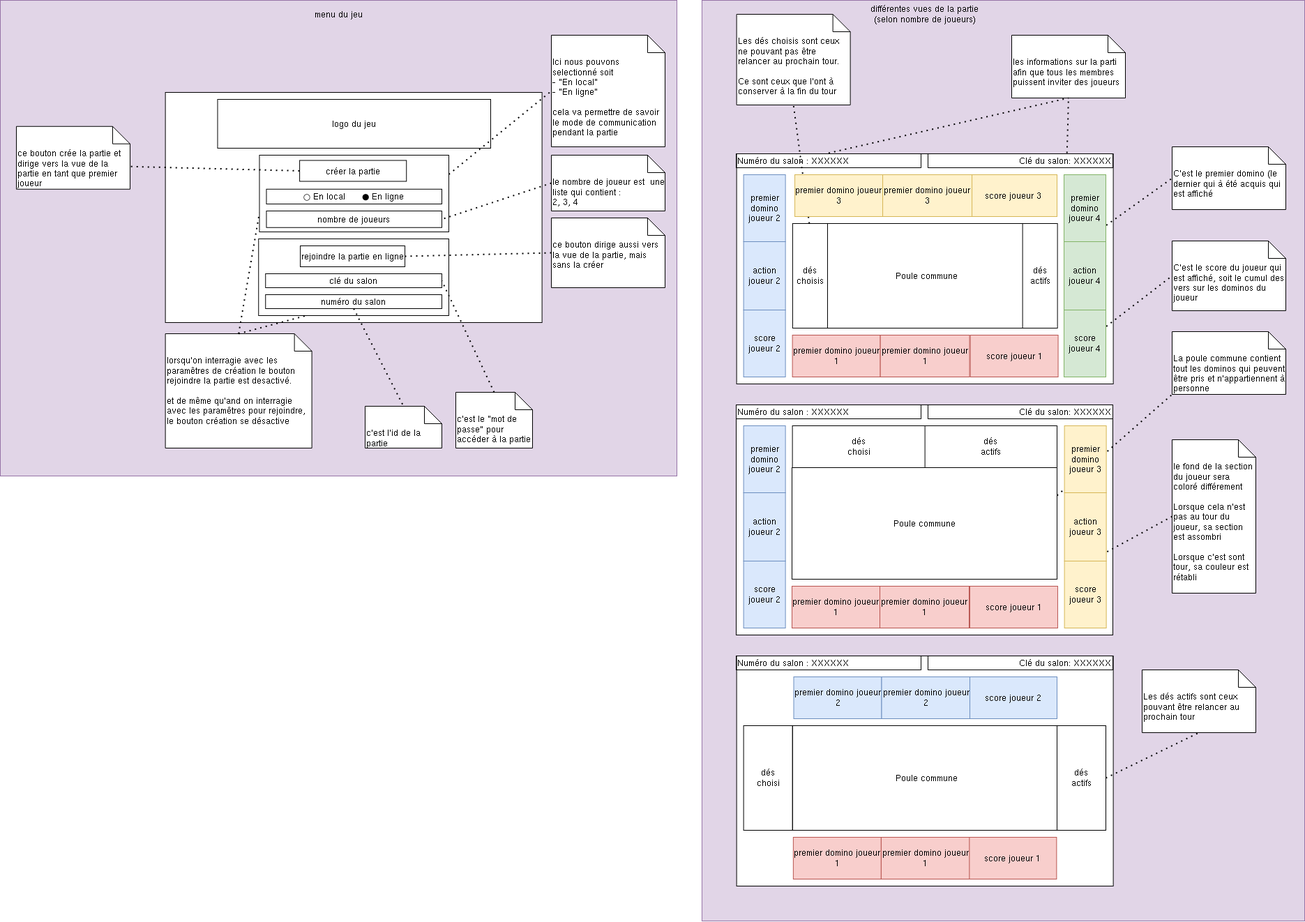
Above: ressources/Drawio/prototype_maquette_vue.png in Davosthecool/Pickomino (draw.io), before the change. Source tidied: cells renumbered, new cells last; positions are measured from the earlier drawing's top-left corner, leaving out a move shared by most shapes.
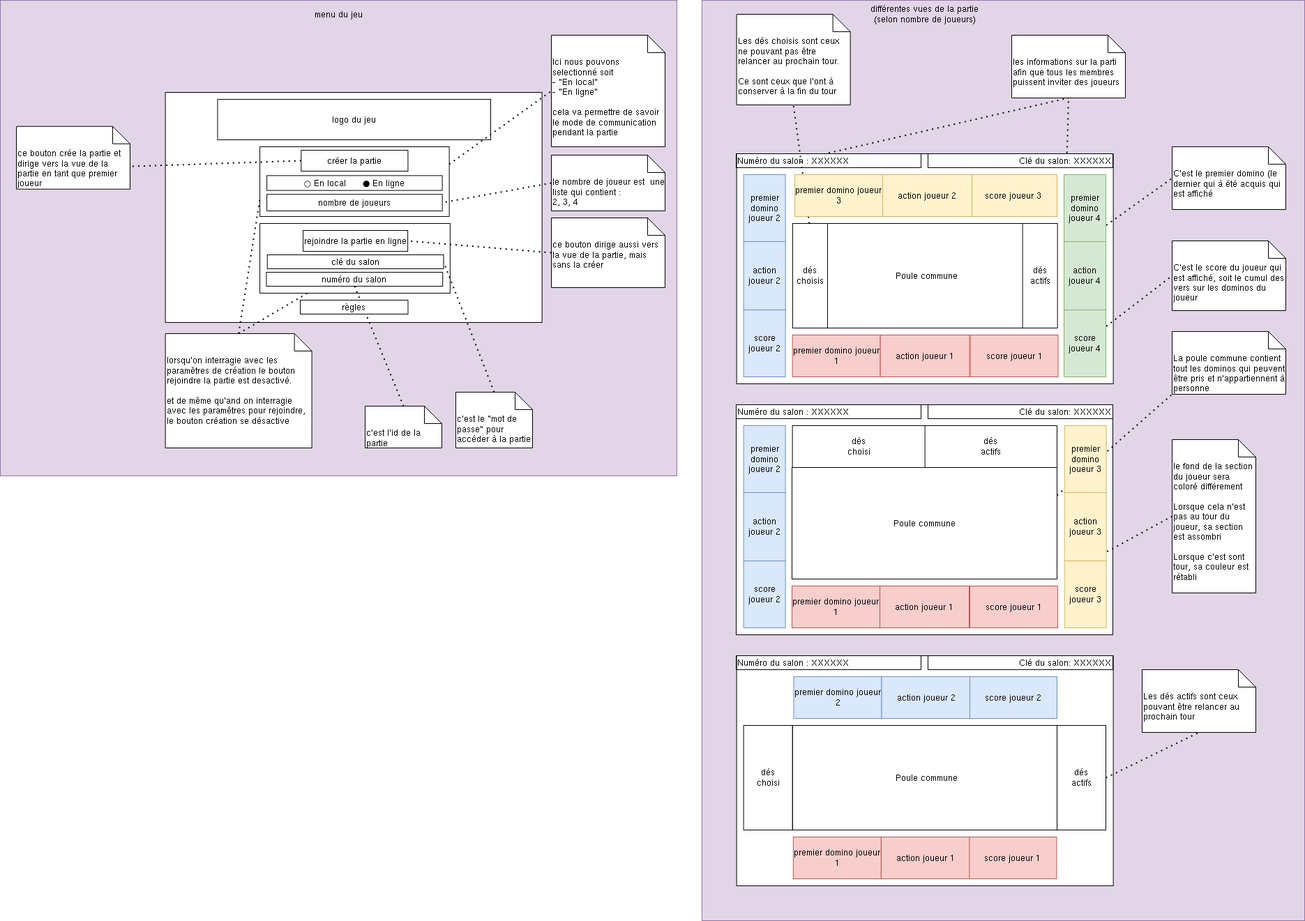
Above is the later version.

Commit message:
maj res

Change to the diagram source:
```diff
@@ -30,7 +30,7 @@
       <mxGeometry x="1135.9" y="1040" width="384.1" height="150" as="geometry" />
     </mxCell>
     <mxCell id="11" value="logo du jeu" style="rounded=0;whiteSpace=wrap;html=1;" parent="1" vertex="1">
-      <mxGeometry x="311.5" y="142" width="391.5" height="70" as="geometry" />
+      <mxGeometry x="311.5" y="142" width="391.5" height="58" as="geometry" />
     </mxCell>
     <mxCell id="12" value="différentes vues de la partie&lt;br&gt;(selon nombre de joueurs)" style="text;html=1;strokeColor=none;fillColor=none;align=center;verticalAlign=middle;whiteSpace=wrap;rounded=0;" parent="1" vertex="1">
       <mxGeometry x="1125.6" width="400" height="40" as="geometry" />
@@ -161,33 +161,33 @@
       <mxGeometry relative="1" as="geometry" />
     </mxCell>
     <mxCell id="52" style="rounded=0;whiteSpace=wrap;html=1;hachureGap=4;fontFamily=Architects Daughter;fontSource=https%3A%2F%2Ffonts.googleapis.com%2Fcss%3Ffamily%3DArchitects%2BDaughter;fontSize=20;" parent="1" vertex="1">
-      <mxGeometry x="371.5" y="222" width="271.5" height="110" as="geometry" />
+      <mxGeometry x="372.1" y="210" width="271.5" height="100" as="geometry" />
     </mxCell>
     <mxCell id="53" value="créer la partie" style="rounded=0;whiteSpace=wrap;html=1;" parent="1" vertex="1">
-      <mxGeometry x="429.1" y="229.5" width="153.1" height="30" as="geometry" />
+      <mxGeometry x="431.3" y="215" width="153.1" height="30" as="geometry" />
     </mxCell>
     <mxCell id="54" value="○ En local&amp;nbsp;&amp;nbsp;&amp;nbsp;&amp;nbsp;&amp;nbsp; ● En ligne" style="rounded=0;whiteSpace=wrap;html=1;" parent="1" vertex="1">
-      <mxGeometry x="381.5" y="270.8" width="251.5" height="21.2" as="geometry" />
+      <mxGeometry x="382.1" y="251.4" width="251.5" height="21.2" as="geometry" />
     </mxCell>
     <mxCell id="55" value="nombre de joueurs" style="rounded=0;whiteSpace=wrap;html=1;" parent="1" vertex="1">
-      <mxGeometry x="381.5" y="302" width="251.5" height="23.8" as="geometry" />
+      <mxGeometry x="382.1" y="278.2" width="251.5" height="23.8" as="geometry" />
     </mxCell>
     <mxCell id="56" style="rounded=0;whiteSpace=wrap;html=1;hachureGap=4;fontFamily=Architects Daughter;fontSource=https%3A%2F%2Ffonts.googleapis.com%2Fcss%3Ffamily%3DArchitects%2BDaughter;fontSize=20;" parent="1" vertex="1">
-      <mxGeometry x="370.2" y="342" width="272.8" height="110" as="geometry" />
+      <mxGeometry x="372.1" y="320" width="272.8" height="100" as="geometry" />
     </mxCell>
     <mxCell id="57" value="rejoindre la partie en ligne" style="rounded=0;whiteSpace=wrap;html=1;" parent="1" vertex="1">
-      <mxGeometry x="430.1" y="352" width="150" height="30" as="geometry" />
+      <mxGeometry x="434.1" y="330" width="150" height="30" as="geometry" />
     </mxCell>
     <mxCell id="58" value="numéro du salon" style="rounded=0;whiteSpace=wrap;html=1;" parent="1" vertex="1">
-      <mxGeometry x="380.2" y="422" width="252.8" height="20" as="geometry" />
+      <mxGeometry x="381.5" y="390" width="252.8" height="20" as="geometry" />
     </mxCell>
     <mxCell id="59" value="clé du salon" style="rounded=0;whiteSpace=wrap;html=1;" parent="1" vertex="1">
-      <mxGeometry x="380.2" y="392" width="252.8" height="20" as="geometry" />
+      <mxGeometry x="382.7" y="365" width="252.8" height="20" as="geometry" />
     </mxCell>
     <mxCell id="60" value="action joueur 2" style="rounded=0;whiteSpace=wrap;html=1;fillColor=#dae8fc;strokeColor=#6c8ebf;" parent="1" vertex="1">
       <mxGeometry x="1065.6" y="706" width="60" height="98" as="geometry" />
     </mxCell>
-    <mxCell id="61" value="premier domino joueur 1" style="rounded=0;whiteSpace=wrap;html=1;fillColor=#f8cecc;strokeColor=#b85450;" parent="1" vertex="1">
+    <mxCell id="61" value="action joueur 1" style="rounded=0;whiteSpace=wrap;html=1;fillColor=#f8cecc;strokeColor=#b85450;" parent="1" vertex="1">
       <mxGeometry x="1261" y="840" width="128" height="60" as="geometry" />
     </mxCell>
     <mxCell id="62" value="score joueur 2" style="rounded=0;whiteSpace=wrap;html=1;fillColor=#dae8fc;strokeColor=#6c8ebf;" parent="1" vertex="1">
@@ -196,7 +196,7 @@
     <mxCell id="63" value="premier domino joueur 2" style="rounded=0;whiteSpace=wrap;html=1;fillColor=#dae8fc;strokeColor=#6c8ebf;" parent="1" vertex="1">
       <mxGeometry x="1137.5" y="970" width="126" height="60" as="geometry" />
     </mxCell>
-    <mxCell id="64" value="premier domino joueur 2" style="rounded=0;whiteSpace=wrap;html=1;fillColor=#dae8fc;strokeColor=#6c8ebf;" parent="1" vertex="1">
+    <mxCell id="64" value="action joueur 2" style="rounded=0;whiteSpace=wrap;html=1;fillColor=#dae8fc;strokeColor=#6c8ebf;" parent="1" vertex="1">
       <mxGeometry x="1263.5" y="970" width="126.5" height="60" as="geometry" />
     </mxCell>
     <mxCell id="65" value="score joueur 1" style="rounded=0;whiteSpace=wrap;html=1;fillColor=#f8cecc;strokeColor=#b85450;" parent="1" vertex="1">
@@ -205,7 +205,7 @@
     <mxCell id="66" value="premier domino joueur 1" style="rounded=0;whiteSpace=wrap;html=1;fillColor=#f8cecc;strokeColor=#b85450;" parent="1" vertex="1">
       <mxGeometry x="1136.9" y="1200" width="126" height="60" as="geometry" />
     </mxCell>
-    <mxCell id="67" value="premier domino joueur 1" style="rounded=0;whiteSpace=wrap;html=1;fillColor=#f8cecc;strokeColor=#b85450;" parent="1" vertex="1">
+    <mxCell id="67" value="action joueur 1" style="rounded=0;whiteSpace=wrap;html=1;fillColor=#f8cecc;strokeColor=#b85450;" parent="1" vertex="1">
       <mxGeometry x="1262.9" y="1200" width="126.5" height="60" as="geometry" />
     </mxCell>
     <mxCell id="68" value="score joueur 1" style="rounded=0;whiteSpace=wrap;html=1;fillColor=#f8cecc;strokeColor=#b85450;" parent="1" vertex="1">
@@ -214,7 +214,7 @@
     <mxCell id="69" value="premier domino joueur 1" style="rounded=0;whiteSpace=wrap;html=1;fillColor=#f8cecc;strokeColor=#b85450;" parent="1" vertex="1">
       <mxGeometry x="1135.6" y="480" width="126" height="60" as="geometry" />
     </mxCell>
-    <mxCell id="70" value="premier domino joueur 1" style="rounded=0;whiteSpace=wrap;html=1;fillColor=#f8cecc;strokeColor=#b85450;" parent="1" vertex="1">
+    <mxCell id="70" value="action joueur 1" style="rounded=0;whiteSpace=wrap;html=1;fillColor=#f8cecc;strokeColor=#b85450;" parent="1" vertex="1">
       <mxGeometry x="1261.6" y="480" width="128" height="60" as="geometry" />
     </mxCell>
     <mxCell id="71" value="score joueur 3" style="rounded=0;whiteSpace=wrap;html=1;fillColor=#fff2cc;strokeColor=#d6b656;" parent="1" vertex="1">
@@ -223,7 +223,7 @@
     <mxCell id="72" value="premier domino joueur 3" style="rounded=0;whiteSpace=wrap;html=1;fillColor=#fff2cc;strokeColor=#d6b656;" parent="1" vertex="1">
       <mxGeometry x="1139.1" y="250" width="126" height="60" as="geometry" />
     </mxCell>
-    <mxCell id="73" value="premier domino joueur 3" style="rounded=0;whiteSpace=wrap;html=1;fillColor=#fff2cc;strokeColor=#d6b656;" parent="1" vertex="1">
+    <mxCell id="73" value="action joueur 2" style="rounded=0;whiteSpace=wrap;html=1;fillColor=#fff2cc;strokeColor=#d6b656;" parent="1" vertex="1">
       <mxGeometry x="1265.1" y="250" width="128" height="60" as="geometry" />
     </mxCell>
     <mxCell id="74" value="premier domino joueur 3" style="rounded=0;whiteSpace=wrap;html=1;fillColor=#fff2cc;strokeColor=#d6b656;" parent="1" vertex="1">
@@ -277,5 +277,8 @@
     <mxCell id="90" style="endArrow=none;dashed=1;html=1;dashPattern=1 3;strokeWidth=2;rounded=0;hachureGap=4;fontFamily=Architects Daughter;fontSource=https%3A%2F%2Ffonts.googleapis.com%2Fcss%3Ffamily%3DArchitects%2BDaughter;fontSize=20;fontColor=default;exitX=1;exitY=0.25;exitDx=0;exitDy=0;entryX=0;entryY=0.5;entryDx=0;entryDy=0;entryPerimeter=0;" parent="1" edge="1" source="52" target="27">
       <mxGeometry relative="1" as="geometry" />
     </mxCell>
+    <mxCell id="91" value="règles" style="rounded=0;whiteSpace=wrap;html=1;" parent="1" vertex="1">
+      <mxGeometry x="430" y="430" width="154.5" height="20" as="geometry" />
+    </mxCell>
   </root>
 </mxGraphModel>
```
